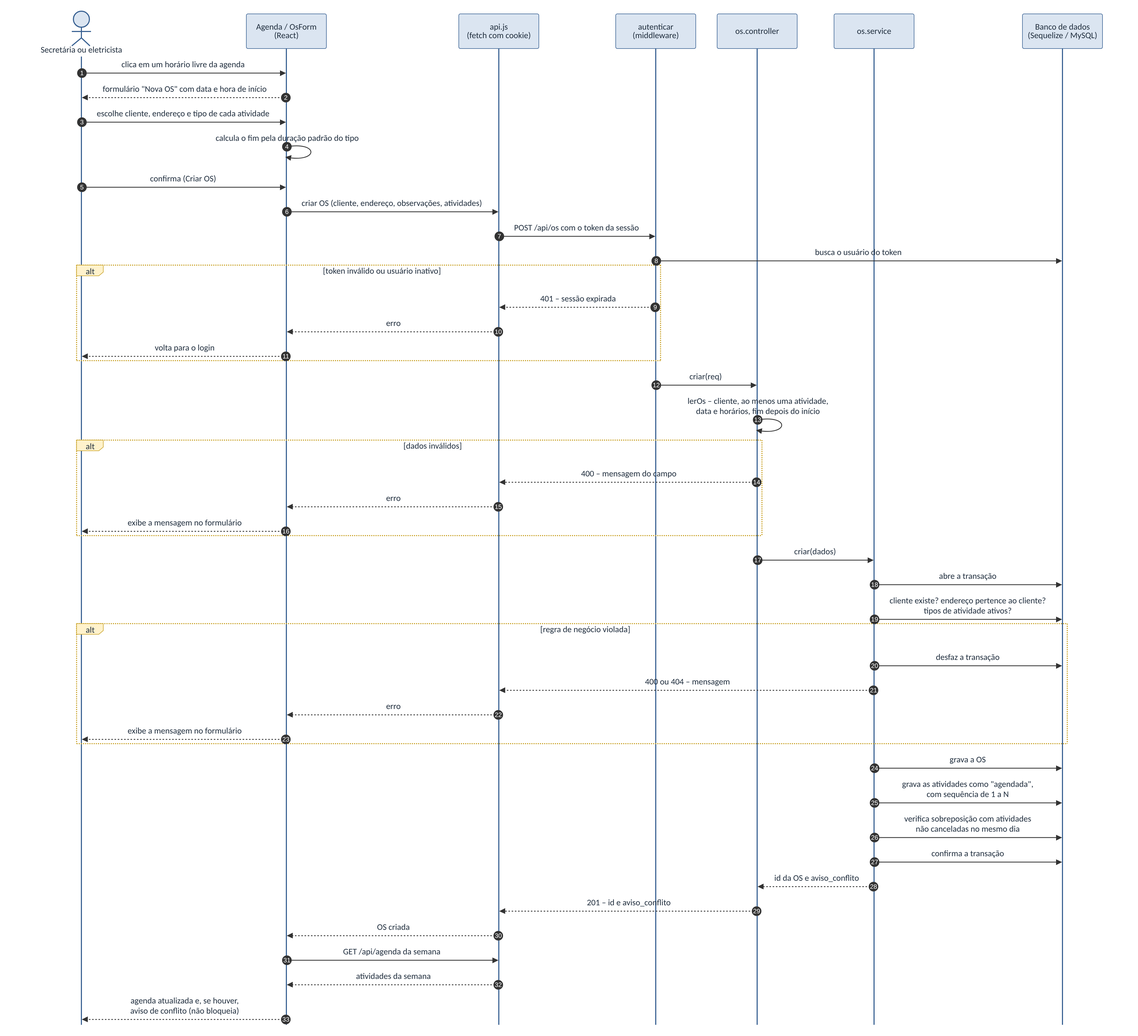
This is Diagramas/Sequencia_UC06_Criar_OS.png from LuizKirsch/agenda-eletrecista-obsidian, a Mermaid export, as it was before one commit. Its source is kept beside it as Diagramas/Sequencia_UC06_Criar_OS.mmd.
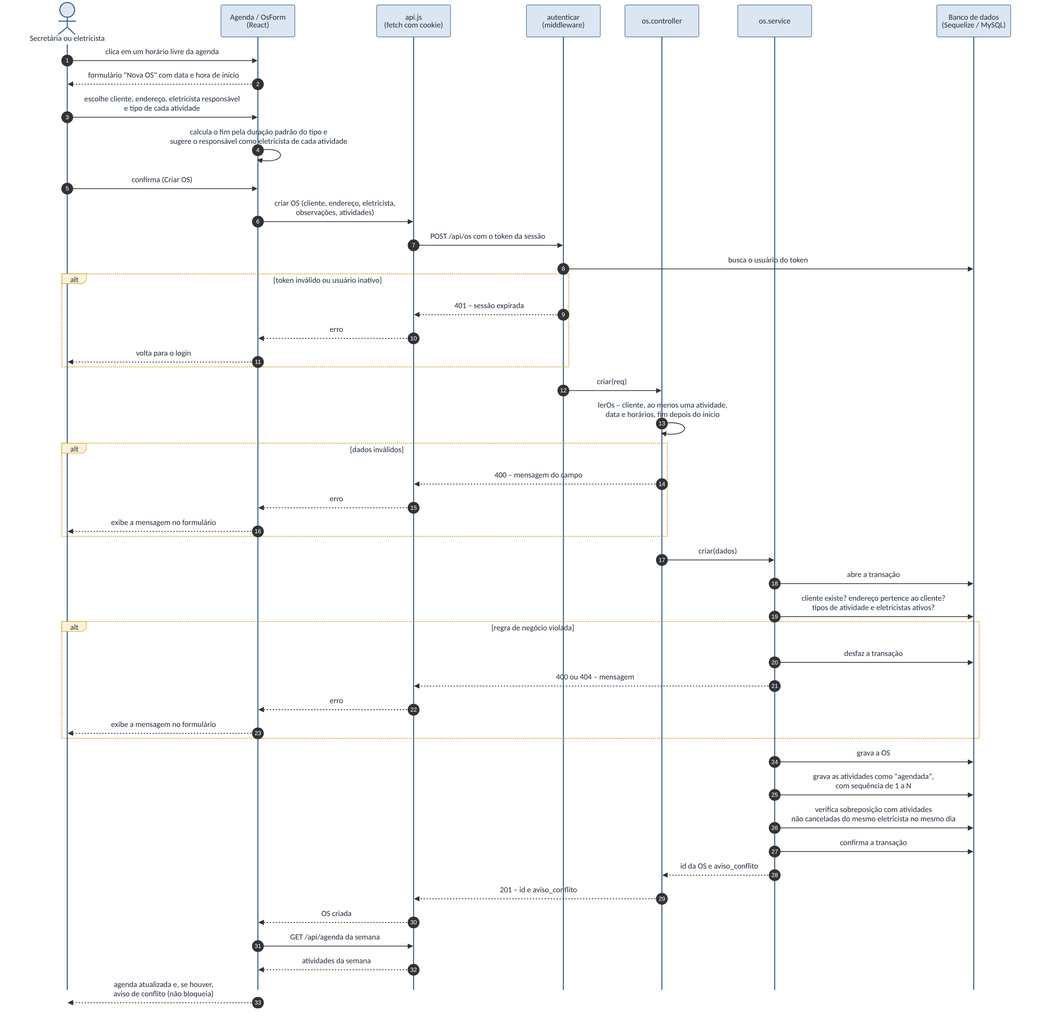
The same file after the commit.

Change to the diagram source:
```diff
@@ -10,10 +10,10 @@
 
     U->>F: clica em um horário livre da agenda
     F-->>U: formulário "Nova OS" com data e hora de início
-    U->>F: escolhe cliente, endereço e tipo de cada atividade
-    F->>F: calcula o fim pela duração padrão do tipo
+    U->>F: escolhe cliente, endereço, eletricista responsável<br/>e tipo de cada atividade
+    F->>F: calcula o fim pela duração padrão do tipo e<br/>sugere o responsável como eletricista de cada atividade
     U->>F: confirma (Criar OS)
-    F->>A: criar OS (cliente, endereço, observações, atividades)
+    F->>A: criar OS (cliente, endereço, eletricista,<br/>observações, atividades)
     A->>M: POST /api/os com o token da sessão
     M->>D: busca o usuário do token
     alt token inválido ou usuário inativo
@@ -30,7 +30,7 @@
     end
     C->>S: criar(dados)
     S->>D: abre a transação
-    S->>D: cliente existe? endereço pertence ao cliente?<br/>tipos de atividade ativos?
+    S->>D: cliente existe? endereço pertence ao cliente?<br/>tipos de atividade e eletricistas ativos?
     alt regra de negócio violada
         S->>D: desfaz a transação
         S-->>A: 400 ou 404 – mensagem
@@ -39,7 +39,7 @@
     end
     S->>D: grava a OS
     S->>D: grava as atividades como "agendada",<br/>com sequência de 1 a N
-    S->>D: verifica sobreposição com atividades<br/>não canceladas no mesmo dia
+    S->>D: verifica sobreposição com atividades<br/>não canceladas do mesmo eletricista no mesmo dia
     S->>D: confirma a transação
     S-->>C: id da OS e aviso_conflito
     C-->>A: 201 – id e aviso_conflito
```
